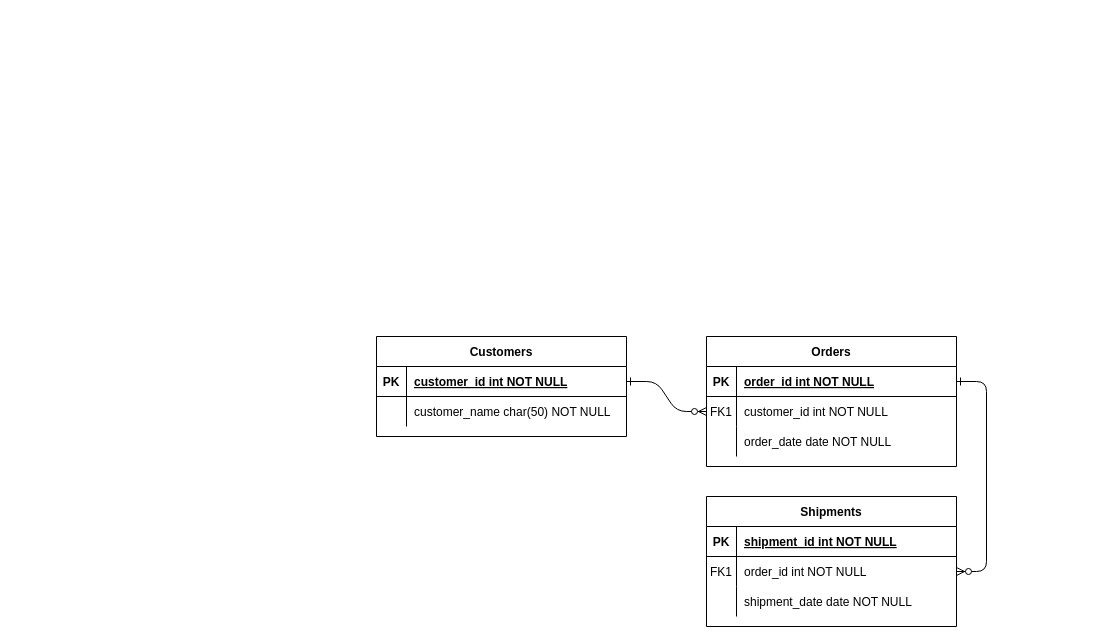
Earlier version of the draw.io diagram manage_vehicle.drawio (vuipham/CRUD_App). Source tidied: cells renumbered, new cells numbered last; positions are measured from the earlier drawing's top-left corner, leaving out a move shared by most shapes. Both pictures are drawn from the tidied source at 100%, with x=0, y=0 at pixel (376, 336).
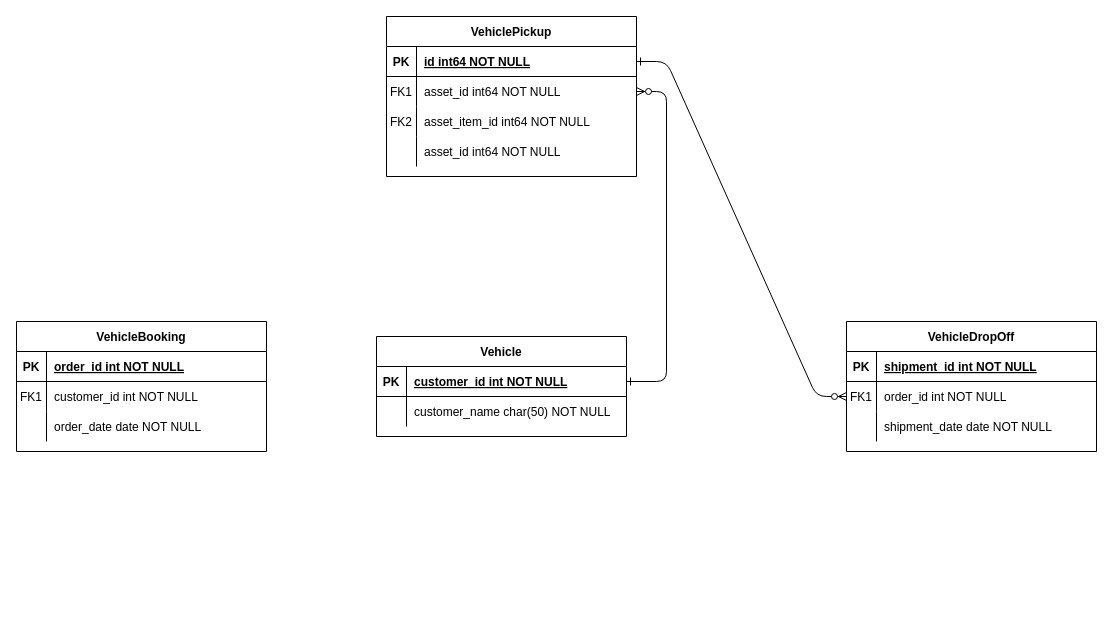
The same page after the edit.

The change refers to these unchanged cells:
```xml
<mxCell id="5" style="shape=partialRectangle;fillColor=none;points=[[0,0.5],[1,0.5]];portConstraint=eastwest;top=0;left=0;right=0;bottom=1;" parent="4" vertex="1">
  <mxGeometry y="30" width="250" height="30" as="geometry" />
</mxCell>
<mxCell id="8" style="shape=partialRectangle;fillColor=none;points=[[0,0.5],[1,0.5]];portConstraint=eastwest;top=0;left=0;right=0;bottom=0;" parent="4" vertex="1">
  <mxGeometry y="60" width="250" height="30" as="geometry" />
</mxCell>
<mxCell id="11" style="shape=partialRectangle;fillColor=none;top=0;left=0;right=0;bottom=0;" parent="4" vertex="1">
  <mxGeometry y="90" width="250" height="30" as="geometry" />
</mxCell>
```

What changed in the source:
```diff
@@
-    <mxCell id="4" value="Orders" style="shape=table;startSize=30;childLayout=tableLayout;rowLines=0;fontStyle=1;align=center;" parent="1" vertex="1">
-      <mxGeometry x="330" width="250" height="130" as="geometry" />
+    <mxCell id="4" value="VehiclePickup" style="shape=table;startSize=30;childLayout=tableLayout;rowLines=0;fontStyle=1;align=center;" parent="1" vertex="1">
+      <mxGeometry x="10" y="-320" width="250" height="160" as="geometry" />
     </mxCell>
@@
-    <mxCell id="7" value="order_id int NOT NULL " style="shape=partialRectangle;overflow=hidden;fillColor=none;top=0;left=0;bottom=0;right=0;align=left;spacingLeft=6;fontStyle=5;" parent="5" vertex="1">
+    <mxCell id="7" value="id int64 NOT NULL " style="shape=partialRectangle;overflow=hidden;fillColor=none;top=0;left=0;bottom=0;right=0;align=left;spacingLeft=6;fontStyle=5;" parent="5" vertex="1">
       <mxGeometry x="30" width="220" height="30" as="geometry" />
     </mxCell>
@@
-    <mxCell id="10" value="customer_id int NOT NULL" style="shape=partialRectangle;overflow=hidden;fillColor=none;top=0;left=0;bottom=0;right=0;align=left;spacingLeft=6;" parent="8" vertex="1">
+    <mxCell id="10" value="asset_id int64 NOT NULL" style="shape=partialRectangle;overflow=hidden;fillColor=none;top=0;left=0;bottom=0;right=0;align=left;spacingLeft=6;" parent="8" vertex="1">
       <mxGeometry x="30" width="220" height="30" as="geometry" />
     </mxCell>
@@
-    <mxCell id="12" style="shape=partialRectangle;overflow=hidden;fillColor=none;top=0;left=0;bottom=0;right=0;" parent="11" vertex="1">
+    <mxCell id="12" value="FK2" style="shape=partialRectangle;overflow=hidden;fillColor=none;top=0;left=0;bottom=0;right=0;" parent="11" vertex="1">
       <mxGeometry width="30" height="30" as="geometry" />
     </mxCell>
-    <mxCell id="13" value="order_date date NOT NULL" style="shape=partialRectangle;overflow=hidden;fillColor=none;top=0;left=0;bottom=0;right=0;align=left;spacingLeft=6;" parent="11" vertex="1">
+    <mxCell id="13" value="asset_item_id int64 NOT NULL" style="shape=partialRectangle;overflow=hidden;fillColor=none;top=0;left=0;bottom=0;right=0;align=left;spacingLeft=6;" parent="11" vertex="1">
       <mxGeometry x="30" width="220" height="30" as="geometry" />
     </mxCell>
+    <mxCell id="31" style="shape=partialRectangle;fillColor=none;top=0;left=0;right=0;bottom=0;" parent="4" vertex="1">
+      <mxGeometry y="120" width="250" height="30" as="geometry" />
+    </mxCell>
+    <mxCell id="32" style="shape=partialRectangle;overflow=hidden;fillColor=none;top=0;left=0;bottom=0;right=0;" parent="31" vertex="1">
+      <mxGeometry width="30" height="30" as="geometry" />
+    </mxCell>
+    <mxCell id="33" value="asset_id int64 NOT NULL" style="shape=partialRectangle;overflow=hidden;fillColor=none;top=0;left=0;bottom=0;right=0;align=left;spacingLeft=6;" parent="31" vertex="1">
+      <mxGeometry x="30" width="220" height="30" as="geometry" />
+    </mxCell>
-    <mxCell id="14" value="Shipments" style="shape=table;startSize=30;childLayout=tableLayout;rowLines=0;fontStyle=1;align=center;" parent="1" vertex="1">
-      <mxGeometry x="330" y="160" width="250" height="130" as="geometry" />
+    <mxCell id="14" value="VehicleDropOff" style="shape=table;startSize=30;childLayout=tableLayout;rowLines=0;fontStyle=1;align=center;" parent="1" vertex="1">
+      <mxGeometry x="470" y="-15" width="250" height="130" as="geometry" />
     </mxCell>
@@
-    <mxCell id="24" value="Customers" style="shape=table;startSize=30;childLayout=tableLayout;rowLines=0;fontStyle=1;align=center;" parent="1" vertex="1">
+    <mxCell id="24" value="Vehicle" style="shape=table;startSize=30;childLayout=tableLayout;rowLines=0;fontStyle=1;align=center;" parent="1" vertex="1">
       <mxGeometry width="250" height="100" as="geometry" />
     </mxCell>
@@
+    <mxCell id="34" value="VehicleBooking" style="shape=table;startSize=30;childLayout=tableLayout;rowLines=0;fontStyle=1;align=center;" parent="1" vertex="1">
+      <mxGeometry x="-360" y="-15" width="250" height="130" as="geometry" />
+    </mxCell>
+    <mxCell id="35" style="shape=partialRectangle;fillColor=none;top=0;left=0;right=0;bottom=1;" parent="34" vertex="1">
+      <mxGeometry y="30" width="250" height="30" as="geometry" />
+    </mxCell>
+    <mxCell id="36" value="PK" style="shape=partialRectangle;overflow=hidden;fillColor=none;top=0;left=0;bottom=0;right=0;fontStyle=1;" parent="35" vertex="1">
+      <mxGeometry width="30" height="30" as="geometry" />
+    </mxCell>
+    <mxCell id="37" value="order_id int NOT NULL " style="shape=partialRectangle;overflow=hidden;fillColor=none;top=0;left=0;bottom=0;right=0;align=left;spacingLeft=6;fontStyle=5;" parent="35" vertex="1">
+      <mxGeometry x="30" width="220" height="30" as="geometry" />
+    </mxCell>
+    <mxCell id="38" style="shape=partialRectangle;fillColor=none;top=0;left=0;right=0;bottom=0;" parent="34" vertex="1">
+      <mxGeometry y="60" width="250" height="30" as="geometry" />
+    </mxCell>
+    <mxCell id="39" value="FK1" style="shape=partialRectangle;overflow=hidden;fillColor=none;top=0;left=0;bottom=0;right=0;" parent="38" vertex="1">
+      <mxGeometry width="30" height="30" as="geometry" />
+    </mxCell>
+    <mxCell id="40" value="customer_id int NOT NULL" style="shape=partialRectangle;overflow=hidden;fillColor=none;top=0;left=0;bottom=0;right=0;align=left;spacingLeft=6;" parent="38" vertex="1">
+      <mxGeometry x="30" width="220" height="30" as="geometry" />
+    </mxCell>
+    <mxCell id="41" style="shape=partialRectangle;fillColor=none;top=0;left=0;right=0;bottom=0;" parent="34" vertex="1">
+      <mxGeometry y="90" width="250" height="30" as="geometry" />
+    </mxCell>
+    <mxCell id="42" style="shape=partialRectangle;overflow=hidden;fillColor=none;top=0;left=0;bottom=0;right=0;" parent="41" vertex="1">
+      <mxGeometry width="30" height="30" as="geometry" />
+    </mxCell>
+    <mxCell id="43" value="order_date date NOT NULL" style="shape=partialRectangle;overflow=hidden;fillColor=none;top=0;left=0;bottom=0;right=0;align=left;spacingLeft=6;" parent="41" vertex="1">
+      <mxGeometry x="30" width="220" height="30" as="geometry" />
+    </mxCell>
```
